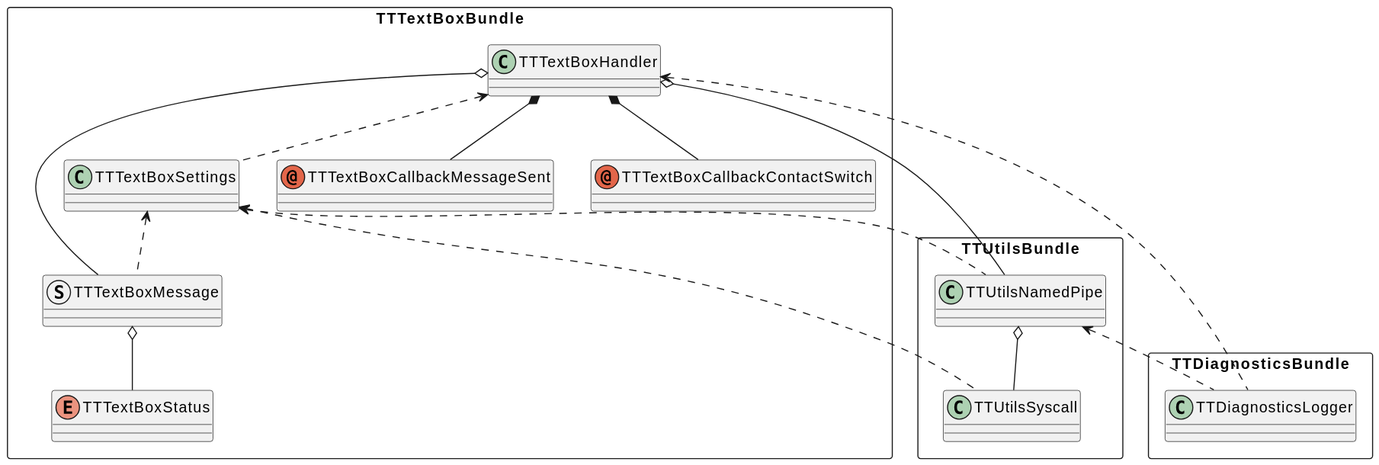
Before: textbox/doc/TTTextBoxHandler.svg, a diagram exported from PlantUML (devmichalek/TerminalTeams). The source it was exported from:
```plantuml
@startuml
package TTTextBoxBundle <<Rectangle>> {
  class TTTextBoxHandler
  struct TTTextBoxMessage
  class TTTextBoxSettings
  enum TTTextBoxStatus
  annotation TTTextBoxCallbackMessageSent
  annotation TTTextBoxCallbackContactSwitch
}

package TTDiagnosticsBundle <<Rectangle>> {
  class TTDiagnosticsLogger
}

package TTUtilsBundle <<Rectangle>> {
  class TTUtilsSyscall
  class TTUtilsNamedPipe
}

TTTextBoxHandler o-- TTTextBoxMessage
TTTextBoxHandler o-- TTUtilsNamedPipe
TTTextBoxHandler *-- TTTextBoxCallbackMessageSent
TTTextBoxHandler *-- TTTextBoxCallbackContactSwitch
TTTextBoxHandler <.. TTDiagnosticsLogger
TTTextBoxHandler <.. TTTextBoxSettings
TTTextBoxSettings <.. TTUtilsSyscall
TTTextBoxSettings <.. TTUtilsNamedPipe
TTTextBoxSettings <.. TTTextBoxMessage
TTTextBoxMessage o-- TTTextBoxStatus
TTUtilsNamedPipe o-- TTUtilsSyscall
TTUtilsNamedPipe <.. TTDiagnosticsLogger
@enduml
```
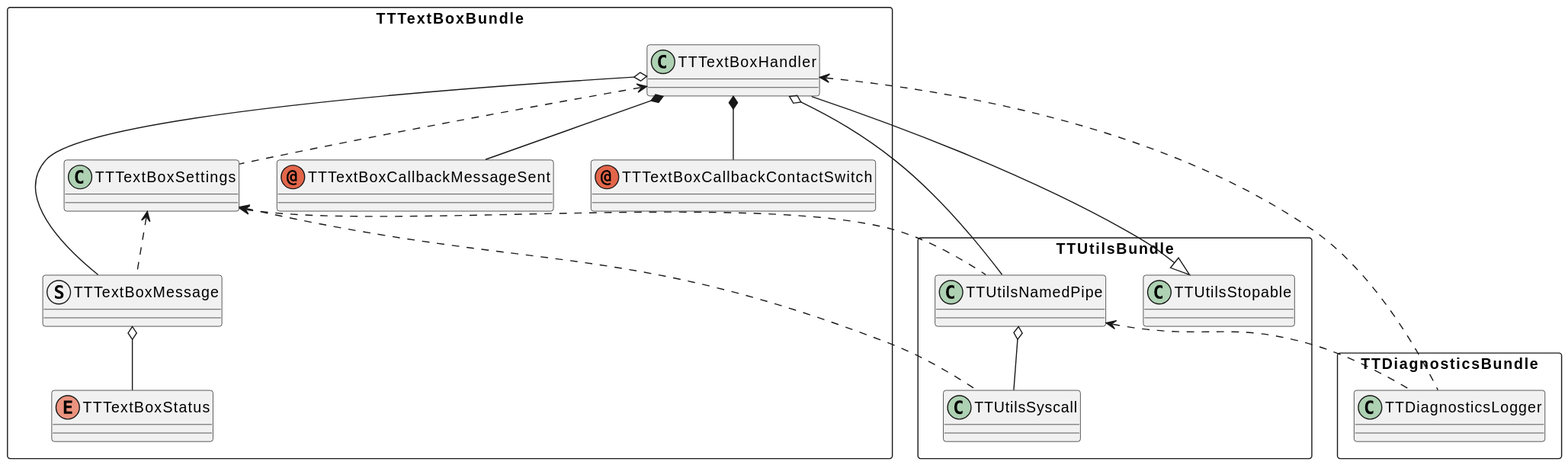
The same diagram one commit later.

Diff of the diagram source:
```diff
@@ -15,8 +15,10 @@
 package TTUtilsBundle <<Rectangle>> {
   class TTUtilsSyscall
   class TTUtilsNamedPipe
+  class TTUtilsStopable
 }
 
+TTTextBoxHandler --|> TTUtilsStopable
 TTTextBoxHandler o-- TTTextBoxMessage
 TTTextBoxHandler o-- TTUtilsNamedPipe
 TTTextBoxHandler *-- TTTextBoxCallbackMessageSent
```
